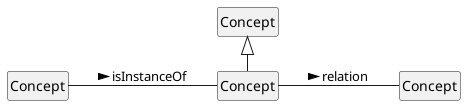
Before: diagrams/concepts_relations.png, a diagram exported from PlantUML (jeswr/dpv). Its source is kept beside it as 2.0/diagrams/plantuml/concepts_relations.plantuml.
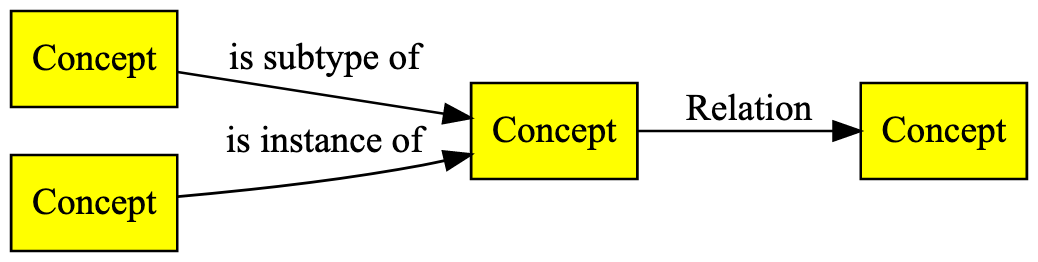
After the commit.

Change to the diagram source:
```diff
@@ -3,11 +3,11 @@
 left to right direction
 
 class c1 as "Concept"
-() c2 as "Concept"
+class c2 as "Concept"
 class c3 as "Concept"
 class c4 as "Concept"
 c1 <|- c3
-c2 -- c3 : instance >
+c2 -- c3 : isInstanceOf >
 c3 -- c4 : relation >
 
 @enduml
```
